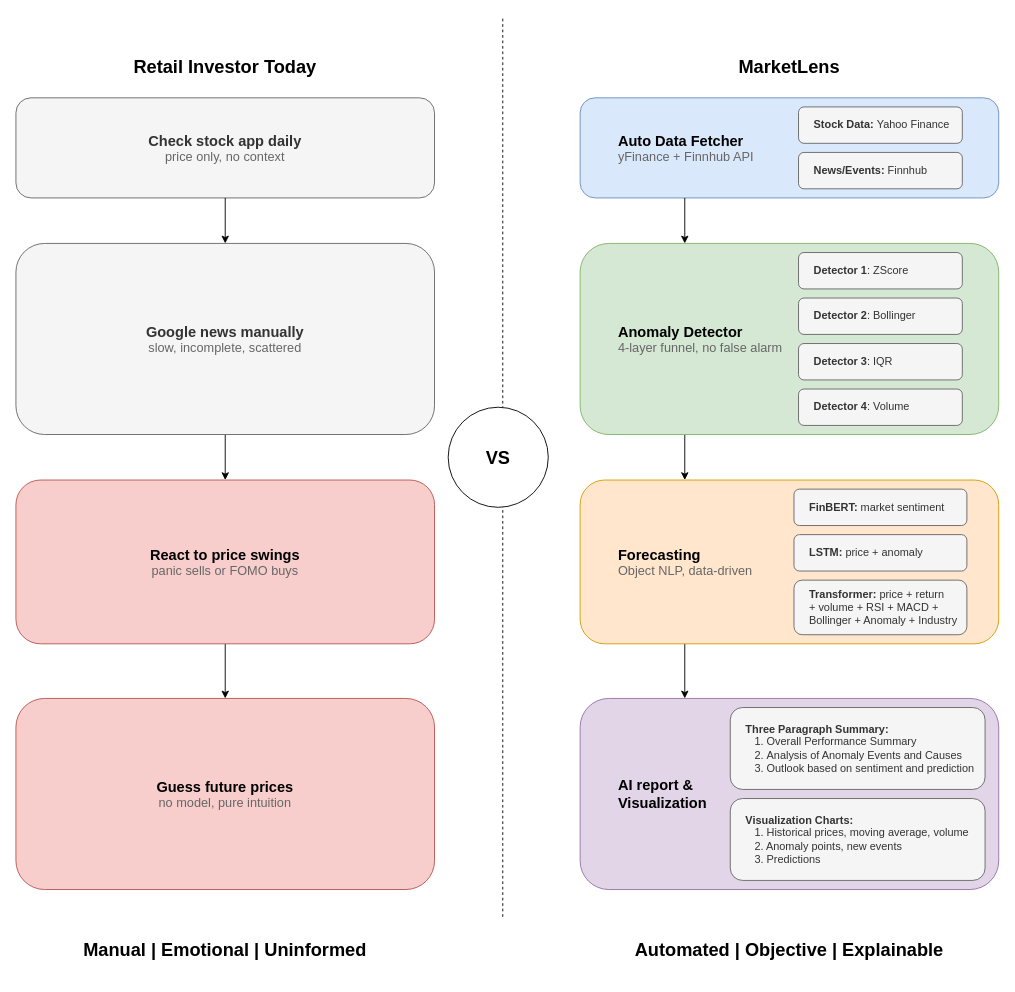
This is Comparable Chart MarketLens-Showcase.drawio from Niuniu-Li-229/MarketLens-Showcase, a draw.io file, before an edit. Source tidied: cells renumbered, new cells numbered last; positions are measured from the earlier drawing's top-left corner, leaving out a move shared by most shapes. Both pictures are drawn from the tidied source at 91%, with x=0, y=0 at pixel (15, 15).
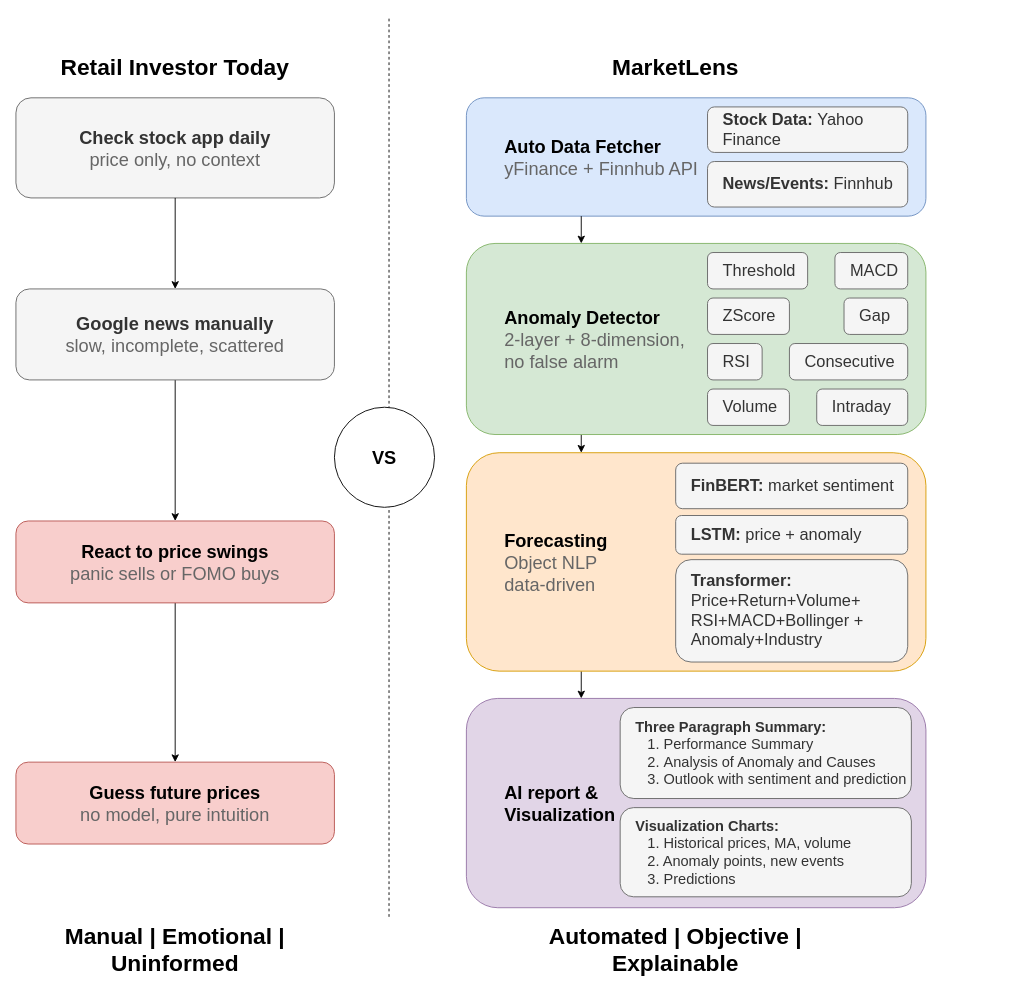
Above is the later version.

Diff of the diagram source:
```diff
@@
-    <mxCell id="2" value="&lt;blockquote style=&quot;margin: 0 0 0 40px; border: none; padding: 0px;&quot;&gt;&lt;font style=&quot;font-size: 16px;&quot;&gt;&lt;b style=&quot;&quot;&gt;Auto Data Fetcher&lt;/b&gt;&lt;/font&gt;&lt;/blockquote&gt;&lt;blockquote style=&quot;margin: 0 0 0 40px; border: none; padding: 0px;&quot;&gt;&lt;font style=&quot;font-size: 14px; color: rgb(102, 102, 102);&quot;&gt;yFinance + Finnhub API&lt;/font&gt;&lt;/blockquote&gt;" style="rounded=1;whiteSpace=wrap;html=1;fillColor=#dae8fc;strokeColor=#6c8ebf;align=left;" parent="1" vertex="1">
-      <mxGeometry x="620" y="90" width="460" height="110" as="geometry" />
+    <mxCell id="2" value="&lt;blockquote style=&quot;margin: 0 0 0 40px; border: none; padding: 0px;&quot;&gt;&lt;font style=&quot;font-size: 20px;&quot;&gt;&lt;b style=&quot;&quot;&gt;Auto Data Fetcher&lt;/b&gt;&lt;/font&gt;&lt;/blockquote&gt;&lt;blockquote style=&quot;margin: 0 0 0 40px; border: none; padding: 0px;&quot;&gt;&lt;font style=&quot;color: rgb(102, 102, 102); font-size: 20px;&quot;&gt;yFinance + Finnhub API&lt;/font&gt;&lt;/blockquote&gt;" style="rounded=1;whiteSpace=wrap;html=1;fillColor=#dae8fc;strokeColor=#6c8ebf;align=left;" parent="1" vertex="1">
+      <mxGeometry x="495" y="90" width="505" height="130" as="geometry" />
     </mxCell>
@@
-    <mxCell id="4" value="&lt;b&gt;Stock Data: &lt;/b&gt;Yahoo Finance" style="rounded=1;whiteSpace=wrap;html=1;fillColor=#f5f5f5;fontColor=#333333;strokeColor=#666666;spacingLeft=15;align=left;" parent="1" vertex="1">
-      <mxGeometry x="860" y="100" width="180" height="40" as="geometry" />
+    <mxCell id="4" value="&lt;b&gt;Stock Data: &lt;/b&gt;Yahoo Finance" style="rounded=1;whiteSpace=wrap;html=1;fillColor=#f5f5f5;fontColor=#333333;strokeColor=#666666;spacingLeft=15;align=left;fontSize=18;" parent="1" vertex="1">
+      <mxGeometry x="760" y="100" width="220" height="50" as="geometry" />
     </mxCell>
-    <mxCell id="5" value="&lt;b&gt;News/Events:&lt;/b&gt; Finnhub" style="rounded=1;whiteSpace=wrap;html=1;fillColor=#f5f5f5;fontColor=#333333;strokeColor=#666666;spacingLeft=15;align=left;" parent="1" vertex="1">
-      <mxGeometry x="860" y="150" width="180" height="40" as="geometry" />
+    <mxCell id="5" value="&lt;b&gt;News/Events:&lt;/b&gt; Finnhub" style="rounded=1;whiteSpace=wrap;html=1;fillColor=#f5f5f5;fontColor=#333333;strokeColor=#666666;spacingLeft=15;align=left;fontSize=18;" parent="1" vertex="1">
+      <mxGeometry x="760" y="160" width="220" height="50" as="geometry" />
     </mxCell>
@@
-    <mxCell id="7" value="&lt;blockquote style=&quot;margin: 0 0 0 40px; border: none; padding: 0px;&quot;&gt;&lt;b style=&quot;&quot;&gt;&lt;font style=&quot;font-size: 16px;&quot;&gt;Anomaly Detector&lt;/font&gt;&lt;/b&gt;&lt;/blockquote&gt;&lt;blockquote style=&quot;margin: 0 0 0 40px; border: none; padding: 0px;&quot;&gt;&lt;font style=&quot;font-size: 14px; color: rgb(102, 102, 102);&quot;&gt;4-layer funnel, no false alarm&lt;/font&gt;&lt;/blockquote&gt;" style="rounded=1;whiteSpace=wrap;html=1;fillColor=#d5e8d4;strokeColor=#82b366;align=left;" parent="1" vertex="1">
-      <mxGeometry x="620" y="250" width="460" height="210" as="geometry" />
+    <mxCell id="7" value="&lt;blockquote style=&quot;margin: 0 0 0 40px; border: none; padding: 0px;&quot;&gt;&lt;b&gt;&lt;font&gt;Anomaly Detector&lt;/font&gt;&lt;/b&gt;&lt;/blockquote&gt;&lt;blockquote style=&quot;margin: 0 0 0 40px; border: none; padding: 0px;&quot;&gt;&lt;font style=&quot;color: rgb(102, 102, 102);&quot;&gt;2-layer + 8-dimension,&lt;/font&gt;&lt;/blockquote&gt;&lt;blockquote style=&quot;margin: 0 0 0 40px; border: none; padding: 0px;&quot;&gt;&lt;font style=&quot;color: rgb(102, 102, 102);&quot;&gt;no false alarm&lt;/font&gt;&lt;/blockquote&gt;" style="rounded=1;whiteSpace=wrap;html=1;fillColor=#d5e8d4;strokeColor=#82b366;align=left;fontSize=20;" parent="1" vertex="1">
+      <mxGeometry x="495" y="250" width="505" height="210" as="geometry" />
     </mxCell>
-    <mxCell id="8" value="&lt;b&gt;Detector 1&lt;/b&gt;: ZScore" style="rounded=1;whiteSpace=wrap;html=1;fillColor=#f5f5f5;fontColor=#333333;strokeColor=#666666;align=left;spacingLeft=15;" parent="1" vertex="1">
-      <mxGeometry x="860" y="260" width="180" height="40" as="geometry" />
+    <mxCell id="8" value="Threshold" style="rounded=1;whiteSpace=wrap;html=1;fillColor=#f5f5f5;fontColor=#333333;strokeColor=#666666;align=left;spacingLeft=15;fontSize=18;fontStyle=0;" parent="1" vertex="1">
+      <mxGeometry x="760" y="260" width="110" height="40" as="geometry" />
     </mxCell>
-    <mxCell id="9" value="&lt;b&gt;Detector 2&lt;/b&gt;: Bollinger" style="rounded=1;whiteSpace=wrap;html=1;fillColor=#f5f5f5;fontColor=#333333;strokeColor=#666666;align=left;spacingLeft=15;" parent="1" vertex="1">
-      <mxGeometry x="860" y="310" width="180" height="40" as="geometry" />
+    <mxCell id="9" value="ZScore" style="rounded=1;whiteSpace=wrap;html=1;fillColor=#f5f5f5;fontColor=#333333;strokeColor=#666666;align=left;spacingLeft=15;fontSize=18;fontStyle=0;" parent="1" vertex="1">
+      <mxGeometry x="760" y="310" width="90" height="40" as="geometry" />
     </mxCell>
-    <mxCell id="10" value="&lt;b&gt;Detector 3&lt;/b&gt;: IQR" style="rounded=1;whiteSpace=wrap;html=1;fillColor=#f5f5f5;fontColor=#333333;strokeColor=#666666;align=left;spacingLeft=15;" parent="1" vertex="1">
-      <mxGeometry x="860" y="360" width="180" height="40" as="geometry" />
+    <mxCell id="10" value="&lt;span&gt;RSI&lt;/span&gt;" style="rounded=1;whiteSpace=wrap;html=1;fillColor=#f5f5f5;fontColor=#333333;strokeColor=#666666;align=left;spacingLeft=15;fontSize=18;fontStyle=0;" parent="1" vertex="1">
+      <mxGeometry x="760" y="360" width="60" height="40" as="geometry" />
     </mxCell>
-    <mxCell id="11" value="&lt;b&gt;Detector 4&lt;/b&gt;: Volume" style="rounded=1;whiteSpace=wrap;html=1;fillColor=#f5f5f5;fontColor=#333333;strokeColor=#666666;align=left;spacingLeft=15;" parent="1" vertex="1">
-      <mxGeometry x="860" y="410" width="180" height="40" as="geometry" />
+    <mxCell id="11" value="Volume" style="rounded=1;whiteSpace=wrap;html=1;fillColor=#f5f5f5;fontColor=#333333;strokeColor=#666666;align=left;spacingLeft=15;fontSize=18;" parent="1" vertex="1">
+      <mxGeometry x="760" y="410" width="90" height="40" as="geometry" />
     </mxCell>
@@
-    <mxCell id="13" value="&lt;blockquote style=&quot;margin: 0 0 0 40px; border: none; padding: 0px;&quot;&gt;&lt;b style=&quot;&quot;&gt;&lt;font style=&quot;font-size: 16px;&quot;&gt;Forecasting&lt;/font&gt;&lt;/b&gt;&lt;/blockquote&gt;&lt;blockquote style=&quot;margin: 0 0 0 40px; border: none; padding: 0px;&quot;&gt;&lt;font style=&quot;font-size: 14px; color: rgb(102, 102, 102);&quot;&gt;Object NLP, data-driven&lt;/font&gt;&lt;/blockquote&gt;" style="rounded=1;whiteSpace=wrap;html=1;fillColor=#ffe6cc;strokeColor=#d79b00;align=left;" parent="1" vertex="1">
-      <mxGeometry x="620" y="510" width="460" height="180" as="geometry" />
+    <mxCell id="13" value="&lt;blockquote style=&quot;margin: 0 0 0 40px; border: none; padding: 0px;&quot;&gt;&lt;b&gt;&lt;font&gt;Forecasting&lt;/font&gt;&lt;/b&gt;&lt;/blockquote&gt;&lt;blockquote style=&quot;margin: 0 0 0 40px; border: none; padding: 0px;&quot;&gt;&lt;font style=&quot;color: rgb(102, 102, 102);&quot;&gt;Object NLP&lt;/font&gt;&lt;/blockquote&gt;&lt;blockquote style=&quot;margin: 0 0 0 40px; border: none; padding: 0px;&quot;&gt;&lt;font style=&quot;color: rgb(102, 102, 102);&quot;&gt;data-driven&lt;/font&gt;&lt;/blockquote&gt;" style="rounded=1;whiteSpace=wrap;html=1;fillColor=#ffe6cc;strokeColor=#d79b00;align=left;fontSize=20;" parent="1" vertex="1">
+      <mxGeometry x="495" y="480" width="505" height="240" as="geometry" />
     </mxCell>
-    <mxCell id="14" value="&lt;b&gt;FinBERT: &lt;/b&gt;market&lt;b&gt;&amp;nbsp;&lt;/b&gt;sentiment" style="rounded=1;whiteSpace=wrap;html=1;fillColor=#f5f5f5;fontColor=#333333;strokeColor=#666666;align=left;spacingLeft=15;" parent="1" vertex="1">
-      <mxGeometry x="855" y="520" width="190" height="40" as="geometry" />
+    <mxCell id="14" value="&lt;b&gt;FinBERT: &lt;/b&gt;market&lt;b&gt;&amp;nbsp;&lt;/b&gt;sentiment" style="rounded=1;whiteSpace=wrap;html=1;fillColor=#f5f5f5;fontColor=#333333;strokeColor=#666666;align=left;spacingLeft=15;fontSize=18;" parent="1" vertex="1">
+      <mxGeometry x="725" y="491.5" width="255" height="50" as="geometry" />
     </mxCell>
-    <mxCell id="15" value="&lt;b&gt;LSTM: &lt;/b&gt;price + anomaly" style="rounded=1;whiteSpace=wrap;html=1;fillColor=#f5f5f5;fontColor=#333333;strokeColor=#666666;align=left;spacingLeft=15;" parent="1" vertex="1">
-      <mxGeometry x="855" y="570" width="190" height="40" as="geometry" />
+    <mxCell id="15" value="&lt;b&gt;LSTM: &lt;/b&gt;price + anomaly" style="rounded=1;whiteSpace=wrap;html=1;fillColor=#f5f5f5;fontColor=#333333;strokeColor=#666666;align=left;spacingLeft=15;fontSize=18;" parent="1" vertex="1">
+      <mxGeometry x="725" y="549" width="255" height="42.5" as="geometry" />
     </mxCell>
-    <mxCell id="16" value="&lt;b&gt;Transformer: &lt;/b&gt;price + return&amp;nbsp;&lt;div&gt;+ volume + RSI + MACD +&amp;nbsp;&lt;/div&gt;&lt;div&gt;Bollinger + Anomaly + Industry&lt;/div&gt;" style="rounded=1;whiteSpace=wrap;html=1;fillColor=#f5f5f5;fontColor=#333333;strokeColor=#666666;align=left;spacingLeft=15;" parent="1" vertex="1">
-      <mxGeometry x="855" y="620" width="190" height="60" as="geometry" />
+    <mxCell id="16" value="&lt;b&gt;Transformer: &lt;/b&gt;Price+Return&lt;span style=&quot;background-color: transparent; color: light-dark(rgb(51, 51, 51), rgb(193, 193, 193));&quot;&gt;+Volume+ RSI+MACD+&lt;/span&gt;&lt;span style=&quot;background-color: transparent; color: light-dark(rgb(51, 51, 51), rgb(193, 193, 193));&quot;&gt;Bollinger + Anomaly+Industry&lt;/span&gt;" style="rounded=1;whiteSpace=wrap;html=1;fillColor=#f5f5f5;fontColor=#333333;strokeColor=#666666;align=left;spacingLeft=15;fontSize=18;" parent="1" vertex="1">
+      <mxGeometry x="725" y="597.5" width="255" height="112.5" as="geometry" />
     </mxCell>
-    <mxCell id="17" value="&lt;blockquote style=&quot;margin: 0 0 0 40px; border: none; padding: 0px;&quot;&gt;&lt;b style=&quot;&quot;&gt;&lt;font style=&quot;font-size: 16px;&quot;&gt;AI report &amp;amp;&lt;/font&gt;&lt;/b&gt;&lt;/blockquote&gt;&lt;blockquote style=&quot;margin: 0 0 0 40px; border: none; padding: 0px;&quot;&gt;&lt;b style=&quot;&quot;&gt;&lt;font style=&quot;font-size: 16px;&quot;&gt;Visualization&lt;/font&gt;&lt;/b&gt;&lt;/blockquote&gt;" style="rounded=1;whiteSpace=wrap;html=1;fillColor=#e1d5e7;strokeColor=#9673a6;align=left;" parent="1" vertex="1">
-      <mxGeometry x="620" y="750" width="460" height="210" as="geometry" />
+    <mxCell id="17" value="&lt;blockquote style=&quot;margin: 0 0 0 40px; border: none; padding: 0px;&quot;&gt;&lt;b&gt;&lt;font&gt;AI report &amp;amp;&lt;/font&gt;&lt;/b&gt;&lt;/blockquote&gt;&lt;blockquote style=&quot;margin: 0 0 0 40px; border: none; padding: 0px;&quot;&gt;&lt;b&gt;&lt;font&gt;Visualization&lt;/font&gt;&lt;/b&gt;&lt;/blockquote&gt;" style="rounded=1;whiteSpace=wrap;html=1;fillColor=#e1d5e7;strokeColor=#9673a6;align=left;fontSize=20;" parent="1" vertex="1">
+      <mxGeometry x="495" y="750" width="505" height="230" as="geometry" />
     </mxCell>
-    <mxCell id="18" value="&lt;b&gt;Three Paragraph Summary:&lt;/b&gt;&lt;div&gt;&lt;span style=&quot;background-color: transparent; color: light-dark(rgb(51, 51, 51), rgb(193, 193, 193));&quot;&gt;&amp;nbsp; &amp;nbsp;1. Overall Performance Summary&lt;/span&gt;&lt;/div&gt;&lt;div&gt;&lt;span style=&quot;background-color: transparent; color: light-dark(rgb(51, 51, 51), rgb(193, 193, 193));&quot;&gt;&amp;nbsp; &amp;nbsp;2.&amp;nbsp;&lt;/span&gt;&lt;span style=&quot;background-color: transparent; color: light-dark(rgb(51, 51, 51), rgb(193, 193, 193));&quot;&gt;Analysis of Anomaly Events&amp;nbsp;&lt;/span&gt;&lt;span style=&quot;background-color: transparent; color: light-dark(rgb(51, 51, 51), rgb(193, 193, 193));&quot;&gt;and Causes&lt;/span&gt;&lt;/div&gt;&lt;div&gt;&lt;span style=&quot;background-color: transparent; color: light-dark(rgb(51, 51, 51), rgb(193, 193, 193));&quot;&gt;&amp;nbsp; &amp;nbsp;3. Outlook based on sentiment and prediction&lt;/span&gt;&lt;/div&gt;" style="rounded=1;whiteSpace=wrap;html=1;fillColor=#f5f5f5;fontColor=#333333;strokeColor=#666666;align=left;spacingLeft=15;" parent="1" vertex="1">
-      <mxGeometry x="785" y="760" width="280" height="90" as="geometry" />
+    <mxCell id="18" value="&lt;b&gt;Three Paragraph Summary:&lt;/b&gt;&lt;div&gt;&lt;span style=&quot;background-color: transparent; color: light-dark(rgb(51, 51, 51), rgb(193, 193, 193));&quot;&gt;&amp;nbsp; &amp;nbsp;1. Performance Summary&lt;/span&gt;&lt;/div&gt;&lt;div&gt;&lt;span style=&quot;background-color: transparent; color: light-dark(rgb(51, 51, 51), rgb(193, 193, 193));&quot;&gt;&amp;nbsp; &amp;nbsp;2.&amp;nbsp;&lt;/span&gt;&lt;span style=&quot;background-color: transparent; color: light-dark(rgb(51, 51, 51), rgb(193, 193, 193));&quot;&gt;Analysis of Anomaly&amp;nbsp;&lt;/span&gt;&lt;span style=&quot;background-color: transparent; color: light-dark(rgb(51, 51, 51), rgb(193, 193, 193));&quot;&gt;and Causes&lt;/span&gt;&lt;/div&gt;&lt;div&gt;&lt;span style=&quot;background-color: transparent; color: light-dark(rgb(51, 51, 51), rgb(193, 193, 193));&quot;&gt;&amp;nbsp; &amp;nbsp;3. Outlook with sentiment and prediction&lt;/span&gt;&lt;/div&gt;" style="rounded=1;whiteSpace=wrap;html=1;fillColor=#f5f5f5;fontColor=#333333;strokeColor=#666666;align=left;spacingLeft=15;fontSize=16;" parent="1" vertex="1">
+      <mxGeometry x="664" y="760" width="320" height="100" as="geometry" />
     </mxCell>
-    <mxCell id="19" value="&lt;div&gt;&lt;span style=&quot;background-color: transparent; color: light-dark(rgb(51, 51, 51), rgb(193, 193, 193));&quot;&gt;&lt;b&gt;Visualization Charts:&lt;/b&gt;&lt;/span&gt;&lt;/div&gt;&lt;div&gt;&lt;span style=&quot;background-color: transparent; color: light-dark(rgb(51, 51, 51), rgb(193, 193, 193));&quot;&gt;&amp;nbsp; &amp;nbsp;1. Historical prices, moving average, volume&lt;/span&gt;&lt;/div&gt;&lt;div&gt;&lt;span style=&quot;background-color: transparent; color: light-dark(rgb(51, 51, 51), rgb(193, 193, 193));&quot;&gt;&amp;nbsp; &amp;nbsp;2. Anomaly points, new events&lt;/span&gt;&lt;/div&gt;&lt;div&gt;&lt;span style=&quot;background-color: transparent; color: light-dark(rgb(51, 51, 51), rgb(193, 193, 193));&quot;&gt;&amp;nbsp; &amp;nbsp;3. Predictions&lt;/span&gt;&lt;/div&gt;" style="rounded=1;whiteSpace=wrap;html=1;fillColor=#f5f5f5;fontColor=#333333;strokeColor=#666666;align=left;spacingLeft=15;" parent="1" vertex="1">
-      <mxGeometry x="785" y="860" width="280" height="90" as="geometry" />
+    <mxCell id="19" value="&lt;div&gt;&lt;span style=&quot;background-color: transparent; color: light-dark(rgb(51, 51, 51), rgb(193, 193, 193));&quot;&gt;&lt;b&gt;Visualization Charts:&lt;/b&gt;&lt;/span&gt;&lt;/div&gt;&lt;div&gt;&lt;span style=&quot;background-color: transparent; color: light-dark(rgb(51, 51, 51), rgb(193, 193, 193));&quot;&gt;&amp;nbsp; &amp;nbsp;1. Historical prices, MA, volume&lt;/span&gt;&lt;/div&gt;&lt;div&gt;&lt;span style=&quot;background-color: transparent; color: light-dark(rgb(51, 51, 51), rgb(193, 193, 193));&quot;&gt;&amp;nbsp; &amp;nbsp;2. Anomaly points, new events&lt;/span&gt;&lt;/div&gt;&lt;div&gt;&lt;span style=&quot;background-color: transparent; color: light-dark(rgb(51, 51, 51), rgb(193, 193, 193));&quot;&gt;&amp;nbsp; &amp;nbsp;3. Predictions&lt;/span&gt;&lt;/div&gt;" style="rounded=1;whiteSpace=wrap;html=1;fillColor=#f5f5f5;fontColor=#333333;strokeColor=#666666;align=left;spacingLeft=15;fontSize=16;" parent="1" vertex="1">
+      <mxGeometry x="664" y="870" width="320" height="98" as="geometry" />
     </mxCell>
-    <mxCell id="20" value="&lt;font style=&quot;font-size: 16px;&quot;&gt;&lt;b style=&quot;&quot;&gt;Check stock app daily&lt;/b&gt;&lt;/font&gt;&lt;div&gt;&lt;font style=&quot;font-size: 14px; color: rgb(102, 102, 102);&quot;&gt;price only, no context&lt;/font&gt;&lt;/div&gt;" style="rounded=1;whiteSpace=wrap;html=1;fillColor=#f5f5f5;strokeColor=#666666;align=center;fontColor=#333333;" parent="1" vertex="1">
-      <mxGeometry y="90" width="460" height="110" as="geometry" />
+    <mxCell id="20" value="&lt;font&gt;&lt;b&gt;Check stock app daily&lt;/b&gt;&lt;/font&gt;&lt;div&gt;&lt;font style=&quot;color: rgb(102, 102, 102);&quot;&gt;price only, no context&lt;/font&gt;&lt;/div&gt;" style="rounded=1;whiteSpace=wrap;html=1;fillColor=#f5f5f5;strokeColor=#666666;align=center;fontColor=#333333;fontSize=20;" parent="1" vertex="1">
+      <mxGeometry y="90" width="350" height="110" as="geometry" />
     </mxCell>
@@
-    <mxCell id="23" value="&lt;b style=&quot;&quot;&gt;&lt;font style=&quot;font-size: 16px;&quot;&gt;Google news manually&lt;br&gt;&lt;/font&gt;&lt;/b&gt;&lt;font style=&quot;font-size: 14px; color: rgb(102, 102, 102);&quot;&gt;slow, incomplete, scattered&lt;/font&gt;" style="rounded=1;whiteSpace=wrap;html=1;fillColor=#f5f5f5;strokeColor=#666666;align=center;fontColor=#333333;" parent="1" vertex="1">
-      <mxGeometry y="250" width="460" height="210" as="geometry" />
+    <mxCell id="23" value="&lt;b&gt;&lt;font&gt;Google news manually&lt;br&gt;&lt;/font&gt;&lt;/b&gt;&lt;font style=&quot;color: rgb(102, 102, 102);&quot;&gt;slow, incomplete, scattered&lt;/font&gt;" style="rounded=1;whiteSpace=wrap;html=1;fillColor=#f5f5f5;strokeColor=#666666;align=center;fontColor=#333333;fontSize=20;" parent="1" vertex="1">
+      <mxGeometry y="300" width="350" height="100" as="geometry" />
     </mxCell>
@@
-    <mxCell id="25" value="&lt;b style=&quot;&quot;&gt;&lt;font style=&quot;font-size: 16px;&quot;&gt;React to price swings&lt;br&gt;&lt;/font&gt;&lt;/b&gt;&lt;font style=&quot;font-size: 14px; color: rgb(102, 102, 102);&quot;&gt;panic sells or FOMO buys&lt;/font&gt;" style="rounded=1;whiteSpace=wrap;html=1;fillColor=#f8cecc;strokeColor=#b85450;align=center;" parent="1" vertex="1">
-      <mxGeometry y="510" width="460" height="180" as="geometry" />
+    <mxCell id="25" value="&lt;b&gt;&lt;font&gt;React to price swings&lt;br&gt;&lt;/font&gt;&lt;/b&gt;&lt;font style=&quot;color: rgb(102, 102, 102);&quot;&gt;panic sells or FOMO buys&lt;/font&gt;" style="rounded=1;whiteSpace=wrap;html=1;fillColor=#f8cecc;strokeColor=#b85450;align=center;fontSize=20;" parent="1" vertex="1">
+      <mxGeometry y="555" width="350" height="90" as="geometry" />
     </mxCell>
-    <mxCell id="26" value="&lt;span style=&quot;font-size: 16px;&quot;&gt;&lt;b&gt;Guess future prices&lt;/b&gt;&lt;/span&gt;&lt;div&gt;&lt;font style=&quot;color: rgb(102, 102, 102); font-size: 14px;&quot;&gt;no model, pure intuition&lt;/font&gt;&lt;/div&gt;" style="rounded=1;whiteSpace=wrap;html=1;fillColor=#f8cecc;strokeColor=#b85450;align=center;" parent="1" vertex="1">
-      <mxGeometry y="750" width="460" height="210" as="geometry" />
+    <mxCell id="26" value="&lt;span&gt;&lt;b&gt;Guess future prices&lt;/b&gt;&lt;/span&gt;&lt;div&gt;&lt;font style=&quot;color: rgb(102, 102, 102);&quot;&gt;no model, pure intuition&lt;/font&gt;&lt;/div&gt;" style="rounded=1;whiteSpace=wrap;html=1;fillColor=#f8cecc;strokeColor=#b85450;align=center;fontSize=20;" parent="1" vertex="1">
+      <mxGeometry y="820" width="350" height="90" as="geometry" />
     </mxCell>
-    <mxCell id="27" value="Retail Investor Today" style="text;html=1;whiteSpace=wrap;strokeColor=none;fillColor=none;align=center;verticalAlign=middle;rounded=0;fontSize=20;fontStyle=1;" parent="1" vertex="1">
-      <mxGeometry x="55" y="40" width="350" height="30" as="geometry" />
+    <mxCell id="27" value="Retail Investor Today" style="text;html=1;whiteSpace=wrap;strokeColor=none;fillColor=none;align=center;verticalAlign=middle;rounded=0;fontSize=25;fontStyle=1;" parent="1" vertex="1">
+      <mxGeometry y="40" width="350" height="30" as="geometry" />
     </mxCell>
-    <mxCell id="28" value="MarketLens" style="text;html=1;whiteSpace=wrap;strokeColor=none;fillColor=none;align=center;verticalAlign=middle;rounded=0;fontSize=20;fontStyle=1;" parent="1" vertex="1">
-      <mxGeometry x="675" y="40" width="350" height="30" as="geometry" />
+    <mxCell id="28" value="MarketLens" style="text;html=1;whiteSpace=wrap;strokeColor=none;fillColor=none;align=center;verticalAlign=middle;rounded=0;fontSize=25;fontStyle=1;" parent="1" vertex="1">
+      <mxGeometry x="550" y="40" width="350" height="30" as="geometry" />
     </mxCell>
     <mxCell id="29" style="endArrow=none;dashed=1;html=1;rounded=0;" parent="1" edge="1">
       <mxGeometry relative="1" as="geometry">
-        <mxPoint x="535" y="990" as="sourcePoint" />
-        <mxPoint x="535" as="targetPoint" />
+        <mxPoint x="410" y="990" as="sourcePoint" />
+        <mxPoint x="410" as="targetPoint" />
       </mxGeometry>
     </mxCell>
     <mxCell id="30" value="&lt;font style=&quot;font-size: 20px;&quot;&gt;&lt;b style=&quot;&quot;&gt;VS&lt;/b&gt;&lt;/font&gt;" style="ellipse;whiteSpace=wrap;html=1;" parent="1" vertex="1">
-      <mxGeometry x="475" y="430" width="110" height="110" as="geometry" />
+      <mxGeometry x="350" y="430" width="110" height="110" as="geometry" />
     </mxCell>
-    <mxCell id="31" value="Manual | Emotional | Uninformed" style="text;html=1;whiteSpace=wrap;strokeColor=none;fillColor=none;align=center;verticalAlign=middle;rounded=0;fontSize=20;fontStyle=1;" parent="1" vertex="1">
-      <mxGeometry x="55" y="1010" width="350" height="30" as="geometry" />
+    <mxCell id="31" value="Manual | Emotional | Uninformed" style="text;html=1;whiteSpace=wrap;strokeColor=none;fillColor=none;align=center;verticalAlign=middle;rounded=0;fontSize=25;fontStyle=1;" parent="1" vertex="1">
+      <mxGeometry y="1010" width="350" height="30" as="geometry" />
     </mxCell>
-    <mxCell id="32" value="Automated | Objective | Explainable" style="text;html=1;whiteSpace=wrap;strokeColor=none;fillColor=none;align=center;verticalAlign=middle;rounded=0;fontSize=20;fontStyle=1;" parent="1" vertex="1">
-      <mxGeometry x="675" y="1010" width="350" height="30" as="geometry" />
+    <mxCell id="32" value="Automated | Objective | Explainable" style="text;html=1;whiteSpace=wrap;strokeColor=none;fillColor=none;align=center;verticalAlign=middle;rounded=0;fontSize=25;fontStyle=1;" parent="1" vertex="1">
+      <mxGeometry x="550" y="1010" width="350" height="30" as="geometry" />
     </mxCell>
+    <mxCell id="33" value="MACD" style="rounded=1;whiteSpace=wrap;html=1;fillColor=#f5f5f5;fontColor=#333333;strokeColor=#666666;align=left;spacingLeft=15;fontSize=18;fontStyle=0;" parent="1" vertex="1">
+      <mxGeometry x="900" y="260" width="80" height="40" as="geometry" />
+    </mxCell>
+    <mxCell id="34" value="Gap" style="rounded=1;whiteSpace=wrap;html=1;fillColor=#f5f5f5;fontColor=#333333;strokeColor=#666666;align=left;spacingLeft=15;fontSize=18;fontStyle=0;" parent="1" vertex="1">
+      <mxGeometry x="910" y="310" width="70" height="40" as="geometry" />
+    </mxCell>
+    <mxCell id="35" value="&lt;span&gt;Intraday&lt;/span&gt;" style="rounded=1;whiteSpace=wrap;html=1;fillColor=#f5f5f5;fontColor=#333333;strokeColor=#666666;align=left;spacingLeft=15;fontSize=18;fontStyle=0;" parent="1" vertex="1">
+      <mxGeometry x="880" y="410" width="100" height="40" as="geometry" />
+    </mxCell>
+    <mxCell id="36" value="Consecutive" style="rounded=1;whiteSpace=wrap;html=1;fillColor=#f5f5f5;fontColor=#333333;strokeColor=#666666;align=left;spacingLeft=15;fontSize=18;" parent="1" vertex="1">
+      <mxGeometry x="850" y="360" width="130" height="40" as="geometry" />
+    </mxCell>
```
